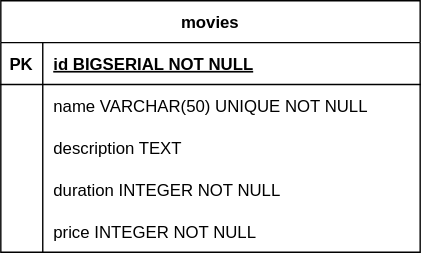
Earlier version of the draw.io export m4-sp2-movies-DER.drawio.svg (glima-dev/m4-DER-general-repo). Source tidied: cells renumbered, new cells last; positions are measured from the earlier drawing's top-left corner, leaving out a move shared by most shapes.
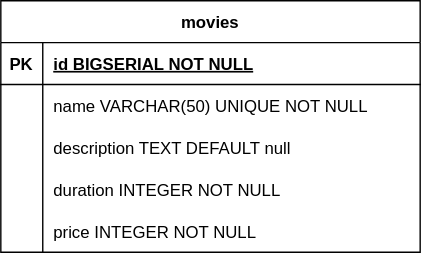
Later version of the same file.

The edit, as a diff of the source:
```diff
@@ -29,7 +29,7 @@
     <mxCell id="10" style="shape=partialRectangle;fillColor=none;top=0;left=0;bottom=0;right=0;overflow=hidden;" parent="9" vertex="1">
       <mxGeometry width="30" height="30" as="geometry" />
     </mxCell>
-    <mxCell id="11" value="description TEXT" style="shape=partialRectangle;fillColor=none;top=0;left=0;bottom=0;right=0;align=left;spacingLeft=6;overflow=hidden;" parent="9" vertex="1">
+    <mxCell id="11" value="description TEXT DEFAULT null" style="shape=partialRectangle;fillColor=none;top=0;left=0;bottom=0;right=0;align=left;spacingLeft=6;overflow=hidden;" parent="9" vertex="1">
       <mxGeometry x="30" width="270" height="30" as="geometry" />
     </mxCell>
     <mxCell id="12" style="shape=tableRow;horizontal=0;startSize=0;swimlaneHead=0;swimlaneBody=0;fillColor=none;top=0;left=0;right=0;bottom=0;" parent="2" vertex="1">
```
